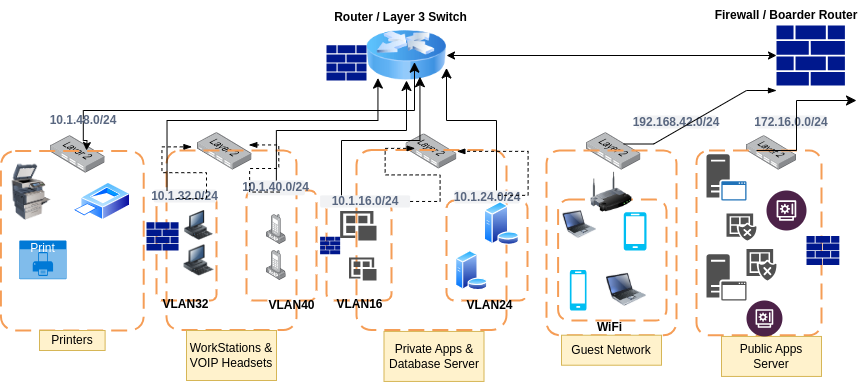
The draw.io diagram secured_network_topology.drawio.png in MwarumbaH-5523/Secured_Networks_Topology, before a commit. Source tidied: cells renumbered, new cells last; positions are measured from the earlier drawing's top-left corner, leaving out a move shared by most shapes.
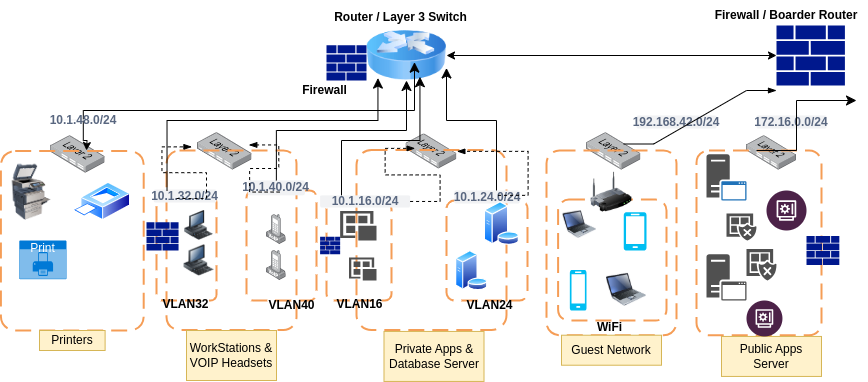
Above is the later version.

Change to the diagram source:
```diff
@@ -276,5 +276,8 @@
     <mxCell id="76" style="sketch=0;shadow=0;dashed=0;html=1;strokeColor=none;labelPosition=center;verticalLabelPosition=bottom;verticalAlign=top;align=center;fillColor=#00188D;shape=mxgraph.mscae.enterprise.firewall;" parent="1" vertex="1">
       <mxGeometry x="326" y="44.8" width="40" height="35.2" as="geometry" />
     </mxCell>
+    <mxCell id="77" value="Firewall" style="text;align=center;fontStyle=1;verticalAlign=middle;spacingLeft=3;spacingRight=3;strokeColor=none;html=1;" parent="1" vertex="1">
+      <mxGeometry x="292.4" y="85.1" width="63.6" height="10" as="geometry" />
+    </mxCell>
   </root>
 </mxGraphModel>
```
